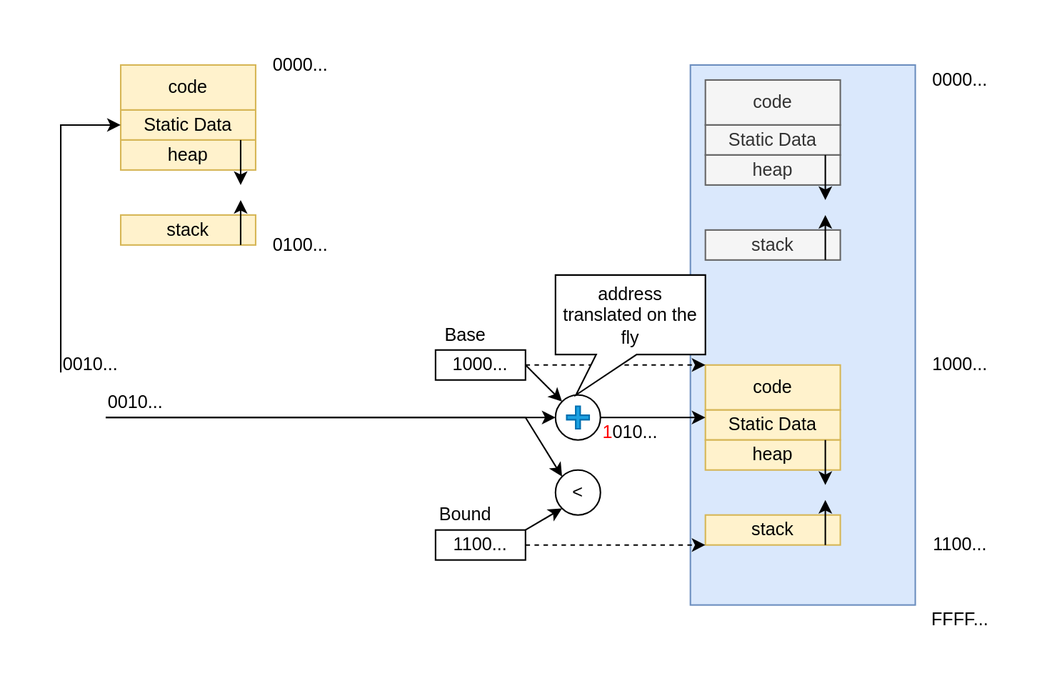
This is base_and_bound_02.svg from utsusemioxo/cs162-notes, a draw.io export, as it was before one commit. Source tidied: cells renumbered, new cells last; positions are measured from the earlier drawing's top-left corner, leaving out a move shared by most shapes. Its diagram source:
```xml
<mxGraphModel>
  <root>
    <mxCell id="0" />
    <mxCell id="1" parent="0" />
    <mxCell id="2" style="rounded=0;whiteSpace=wrap;html=1;fillColor=#dae8fc;strokeColor=#6c8ebf;" parent="1" vertex="1">
      <mxGeometry x="420" y="10" width="150" height="360" as="geometry" />
    </mxCell>
    <mxCell id="3" value="code" style="rounded=0;whiteSpace=wrap;html=1;fillColor=#f5f5f5;fontColor=#333333;strokeColor=#666666;" parent="1" vertex="1">
      <mxGeometry x="430" y="20" width="90" height="30" as="geometry" />
    </mxCell>
    <mxCell id="4" value="Static Data" style="rounded=0;whiteSpace=wrap;html=1;fillColor=#f5f5f5;fontColor=#333333;strokeColor=#666666;" parent="1" vertex="1">
      <mxGeometry x="430" y="50" width="90" height="20" as="geometry" />
    </mxCell>
    <mxCell id="5" value="heap" style="rounded=0;whiteSpace=wrap;html=1;fillColor=#f5f5f5;fontColor=#333333;strokeColor=#666666;" parent="1" vertex="1">
      <mxGeometry x="430" y="70" width="90" height="20" as="geometry" />
    </mxCell>
    <mxCell id="6" value="stack" style="rounded=0;whiteSpace=wrap;html=1;fillColor=#f5f5f5;fontColor=#333333;strokeColor=#666666;" parent="1" vertex="1">
      <mxGeometry x="430" y="120" width="90" height="20" as="geometry" />
    </mxCell>
    <mxCell id="7" style="endArrow=classic;html=1;rounded=0;" parent="1" edge="1">
      <mxGeometry relative="1" as="geometry">
        <mxPoint x="510" y="130" as="sourcePoint" />
        <mxPoint x="510" y="110" as="targetPoint" />
        <Array as="points">
          <mxPoint x="510" y="140" />
        </Array>
      </mxGeometry>
    </mxCell>
    <mxCell id="8" style="endArrow=classic;html=1;rounded=0;" parent="1" edge="1">
      <mxGeometry relative="1" as="geometry">
        <mxPoint x="510" y="70" as="sourcePoint" />
        <mxPoint x="510" y="100" as="targetPoint" />
      </mxGeometry>
    </mxCell>
    <mxCell id="9" value="code" style="rounded=0;whiteSpace=wrap;html=1;fillColor=#fff2cc;strokeColor=#d6b656;" parent="1" vertex="1">
      <mxGeometry x="430" y="210" width="90" height="30" as="geometry" />
    </mxCell>
    <mxCell id="10" value="Static Data" style="rounded=0;whiteSpace=wrap;html=1;fillColor=#fff2cc;strokeColor=#d6b656;" parent="1" vertex="1">
      <mxGeometry x="430" y="240" width="90" height="20" as="geometry" />
    </mxCell>
    <mxCell id="11" value="heap" style="rounded=0;whiteSpace=wrap;html=1;fillColor=#fff2cc;strokeColor=#d6b656;" parent="1" vertex="1">
      <mxGeometry x="430" y="260" width="90" height="20" as="geometry" />
    </mxCell>
    <mxCell id="12" value="stack" style="rounded=0;whiteSpace=wrap;html=1;fillColor=#fff2cc;strokeColor=#d6b656;" parent="1" vertex="1">
      <mxGeometry x="430" y="310" width="90" height="20" as="geometry" />
    </mxCell>
    <mxCell id="13" style="endArrow=classic;html=1;rounded=0;" parent="1" edge="1">
      <mxGeometry relative="1" as="geometry">
        <mxPoint x="510" y="320" as="sourcePoint" />
        <mxPoint x="510" y="300" as="targetPoint" />
        <Array as="points">
          <mxPoint x="510" y="330" />
        </Array>
      </mxGeometry>
    </mxCell>
    <mxCell id="14" style="endArrow=classic;html=1;rounded=0;" parent="1" edge="1">
      <mxGeometry relative="1" as="geometry">
        <mxPoint x="510" y="260" as="sourcePoint" />
        <mxPoint x="510" y="290" as="targetPoint" />
      </mxGeometry>
    </mxCell>
    <mxCell id="15" style="edgeStyle=orthogonalEdgeStyle;rounded=0;jettySize=auto;html=1;dashed=1;" parent="1" edge="1" source="16">
      <mxGeometry relative="1" as="geometry">
        <mxPoint x="430" y="210" as="targetPoint" />
      </mxGeometry>
    </mxCell>
    <mxCell id="16" value="1000..." style="rounded=0;whiteSpace=wrap;html=1;" parent="1" vertex="1">
      <mxGeometry x="250" y="200" width="60" height="20" as="geometry" />
    </mxCell>
    <mxCell id="17" value="Base" style="text;html=1;align=center;verticalAlign=middle;whiteSpace=wrap;rounded=0;" parent="1" vertex="1">
      <mxGeometry x="250" y="180" width="40" height="20" as="geometry" />
    </mxCell>
    <mxCell id="18" value="1100..." style="rounded=0;whiteSpace=wrap;html=1;" parent="1" vertex="1">
      <mxGeometry x="250" y="320" width="60" height="20" as="geometry" />
    </mxCell>
    <mxCell id="19" value="Bound" style="text;html=1;align=center;verticalAlign=middle;whiteSpace=wrap;rounded=0;" parent="1" vertex="1">
      <mxGeometry x="250" y="300" width="40" height="20" as="geometry" />
    </mxCell>
    <mxCell id="20" style="edgeStyle=orthogonalEdgeStyle;rounded=0;orthogonalLoop=1;jettySize=auto;html=1;dashed=1;" parent="1" edge="1">
      <mxGeometry relative="1" as="geometry">
        <mxPoint x="310" y="330" as="sourcePoint" />
        <mxPoint x="430" y="330" as="targetPoint" />
      </mxGeometry>
    </mxCell>
    <mxCell id="21" value="FFFF..." style="text;html=1;align=center;verticalAlign=middle;whiteSpace=wrap;rounded=0;" parent="1" vertex="1">
      <mxGeometry x="580" y="370" width="40" height="20" as="geometry" />
    </mxCell>
    <mxCell id="22" value="1100..." style="text;html=1;align=center;verticalAlign=middle;whiteSpace=wrap;rounded=0;" parent="1" vertex="1">
      <mxGeometry x="580" y="320" width="40" height="20" as="geometry" />
    </mxCell>
    <mxCell id="23" value="1000..." style="text;html=1;align=center;verticalAlign=middle;whiteSpace=wrap;rounded=0;" parent="1" vertex="1">
      <mxGeometry x="580" y="200" width="40" height="20" as="geometry" />
    </mxCell>
    <mxCell id="24" value="0000..." style="text;html=1;align=center;verticalAlign=middle;whiteSpace=wrap;rounded=0;" parent="1" vertex="1">
      <mxGeometry x="580" y="10" width="40" height="20" as="geometry" />
    </mxCell>
    <mxCell id="25" value="code" style="rounded=0;whiteSpace=wrap;html=1;fillColor=#fff2cc;strokeColor=#d6b656;" parent="1" vertex="1">
      <mxGeometry x="40" y="10" width="90" height="30" as="geometry" />
    </mxCell>
    <mxCell id="26" value="Static Data" style="rounded=0;whiteSpace=wrap;html=1;fillColor=#fff2cc;strokeColor=#d6b656;" parent="1" vertex="1">
      <mxGeometry x="40" y="40" width="90" height="20" as="geometry" />
    </mxCell>
    <mxCell id="27" value="heap" style="rounded=0;whiteSpace=wrap;html=1;fillColor=#fff2cc;strokeColor=#d6b656;" parent="1" vertex="1">
      <mxGeometry x="40" y="60" width="90" height="20" as="geometry" />
    </mxCell>
    <mxCell id="28" value="stack" style="rounded=0;whiteSpace=wrap;html=1;fillColor=#fff2cc;strokeColor=#d6b656;" parent="1" vertex="1">
      <mxGeometry x="40" y="110" width="90" height="20" as="geometry" />
    </mxCell>
    <mxCell id="29" style="endArrow=classic;html=1;rounded=0;" parent="1" edge="1">
      <mxGeometry relative="1" as="geometry">
        <mxPoint x="120" y="120" as="sourcePoint" />
        <mxPoint x="120" y="100" as="targetPoint" />
        <Array as="points">
          <mxPoint x="120" y="130" />
        </Array>
      </mxGeometry>
    </mxCell>
    <mxCell id="30" style="endArrow=classic;html=1;rounded=0;" parent="1" edge="1">
      <mxGeometry relative="1" as="geometry">
        <mxPoint x="120" y="60" as="sourcePoint" />
        <mxPoint x="120" y="90" as="targetPoint" />
      </mxGeometry>
    </mxCell>
    <mxCell id="31" value="0000..." style="text;html=1;align=center;verticalAlign=middle;whiteSpace=wrap;rounded=0;" parent="1" vertex="1">
      <mxGeometry x="140" width="40" height="20" as="geometry" />
    </mxCell>
    <mxCell id="32" value="0100..." style="text;html=1;align=center;verticalAlign=middle;whiteSpace=wrap;rounded=0;" parent="1" vertex="1">
      <mxGeometry x="140" y="120" width="40" height="20" as="geometry" />
    </mxCell>
    <mxCell id="33" style="endArrow=classic;html=1;rounded=0;exitX=0;exitY=0.75;exitDx=0;exitDy=0;entryX=0;entryY=0.5;entryDx=0;entryDy=0;" parent="1" edge="1" source="34" target="26">
      <mxGeometry relative="1" as="geometry">
        <Array as="points">
          <mxPoint y="50" />
        </Array>
      </mxGeometry>
    </mxCell>
    <mxCell id="34" value="0010..." style="text;html=1;align=center;verticalAlign=middle;whiteSpace=wrap;rounded=0;" parent="1" vertex="1">
      <mxGeometry y="200" width="40" height="20" as="geometry" />
    </mxCell>
    <mxCell id="35" value="0010..." style="text;html=1;align=center;verticalAlign=middle;whiteSpace=wrap;rounded=0;" parent="1" vertex="1">
      <mxGeometry x="30" y="225" width="40" height="20" as="geometry" />
    </mxCell>
    <mxCell id="36" style="ellipse;whiteSpace=wrap;html=1;" parent="1" vertex="1">
      <mxGeometry x="330" y="230" width="30" height="30" as="geometry" />
    </mxCell>
    <mxCell id="37" style="endArrow=classic;html=1;rounded=0;entryX=0;entryY=0;entryDx=0;entryDy=0;exitX=1;exitY=0.5;exitDx=0;exitDy=0;" parent="1" edge="1" source="16" target="36">
      <mxGeometry relative="1" as="geometry" />
    </mxCell>
    <mxCell id="38" style="endArrow=classic;html=1;rounded=0;exitX=1;exitY=0.5;exitDx=0;exitDy=0;" parent="1" edge="1" target="36">
      <mxGeometry relative="1" as="geometry">
        <mxPoint x="30" y="245" as="sourcePoint" />
        <Array as="points">
          <mxPoint x="310" y="245" />
        </Array>
      </mxGeometry>
    </mxCell>
    <mxCell id="39" value="&amp;lt;" style="ellipse;whiteSpace=wrap;html=1;" parent="1" vertex="1">
      <mxGeometry x="330" y="280" width="30" height="30" as="geometry" />
    </mxCell>
    <mxCell id="40" style="endArrow=classic;html=1;rounded=0;entryX=0;entryY=0;entryDx=0;entryDy=0;exitX=1;exitY=0.5;exitDx=0;exitDy=0;" parent="1" edge="1" target="39">
      <mxGeometry relative="1" as="geometry">
        <mxPoint x="30" y="245" as="sourcePoint" />
        <Array as="points">
          <mxPoint x="310" y="245" />
        </Array>
      </mxGeometry>
    </mxCell>
    <mxCell id="41" style="endArrow=classic;html=1;rounded=0;entryX=0;entryY=1;entryDx=0;entryDy=0;exitX=1;exitY=0;exitDx=0;exitDy=0;" parent="1" edge="1" source="18" target="39">
      <mxGeometry relative="1" as="geometry" />
    </mxCell>
    <mxCell id="42" style="shape=cross;whiteSpace=wrap;html=1;fillColor=#1ba1e2;strokeColor=#006EAF;fontColor=#ffffff;" parent="1" vertex="1">
      <mxGeometry x="337.5" y="237.5" width="15" height="15" as="geometry" />
    </mxCell>
    <mxCell id="43" style="endArrow=classic;html=1;rounded=0;exitX=1;exitY=0.5;exitDx=0;exitDy=0;entryX=0;entryY=0.25;entryDx=0;entryDy=0;" parent="1" edge="1" source="36" target="10">
      <mxGeometry relative="1" as="geometry" />
    </mxCell>
    <mxCell id="44" value="&lt;font color=&quot;#ff0000&quot;&gt;1&lt;/font&gt;010..." style="text;html=1;align=center;verticalAlign=middle;whiteSpace=wrap;rounded=0;" parent="1" vertex="1">
      <mxGeometry x="360" y="245" width="40" height="20" as="geometry" />
    </mxCell>
    <mxCell id="45" value="address translated on the fly" style="whiteSpace=wrap;html=1;shape=mxgraph.basic.rectCallout;dx=40.66;dy=27;boundedLbl=1;" parent="1" vertex="1">
      <mxGeometry x="330" y="150" width="100" height="80" as="geometry" />
    </mxCell>
  </root>
</mxGraphModel>
```
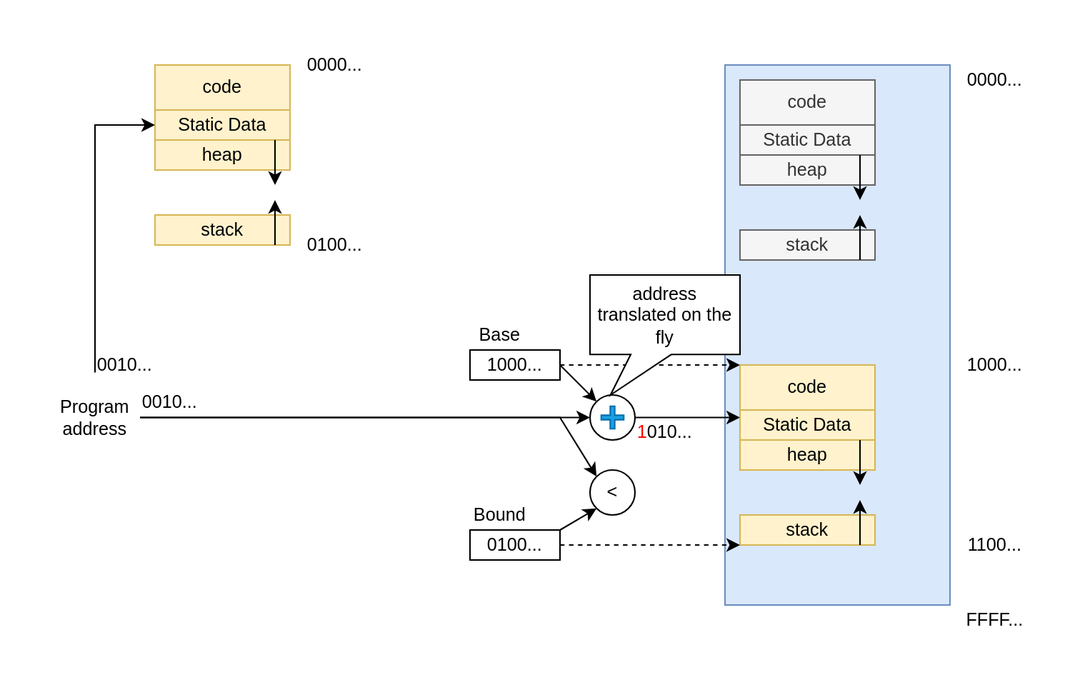
Later version of the same file.

Change to the diagram source:
```diff
@@ -70,7 +70,7 @@
     <mxCell id="17" value="Base" style="text;html=1;align=center;verticalAlign=middle;whiteSpace=wrap;rounded=0;" parent="1" vertex="1">
       <mxGeometry x="250" y="180" width="40" height="20" as="geometry" />
     </mxCell>
-    <mxCell id="18" value="1100..." style="rounded=0;whiteSpace=wrap;html=1;" parent="1" vertex="1">
+    <mxCell id="18" value="0100..." style="rounded=0;whiteSpace=wrap;html=1;" parent="1" vertex="1">
       <mxGeometry x="250" y="320" width="60" height="20" as="geometry" />
     </mxCell>
     <mxCell id="19" value="Bound" style="text;html=1;align=center;verticalAlign=middle;whiteSpace=wrap;rounded=0;" parent="1" vertex="1">
@@ -127,58 +127,60 @@
     <mxCell id="32" value="0100..." style="text;html=1;align=center;verticalAlign=middle;whiteSpace=wrap;rounded=0;" parent="1" vertex="1">
       <mxGeometry x="140" y="120" width="40" height="20" as="geometry" />
     </mxCell>
-    <mxCell id="33" style="endArrow=classic;html=1;rounded=0;exitX=0;exitY=0.75;exitDx=0;exitDy=0;entryX=0;entryY=0.5;entryDx=0;entryDy=0;" parent="1" edge="1" source="34" target="26">
-      <mxGeometry relative="1" as="geometry">
-        <Array as="points">
-          <mxPoint y="50" />
-        </Array>
-      </mxGeometry>
+    <mxCell id="33" value="Program&lt;div&gt;address&lt;/div&gt;" style="text;html=1;align=center;verticalAlign=middle;whiteSpace=wrap;rounded=0;" parent="1" vertex="1">
+      <mxGeometry x="-30" y="230" width="60" height="30" as="geometry" />
     </mxCell>
-    <mxCell id="34" value="0010..." style="text;html=1;align=center;verticalAlign=middle;whiteSpace=wrap;rounded=0;" parent="1" vertex="1">
-      <mxGeometry y="200" width="40" height="20" as="geometry" />
+    <mxCell id="34" style="endArrow=classic;html=1;rounded=0;exitX=0;exitY=0.75;exitDx=0;exitDy=0;entryX=0;entryY=0.5;entryDx=0;entryDy=0;" parent="1" edge="1" source="35" target="26">
+      <mxGeometry relative="1" as="geometry">
+        <Array as="points">
+          <mxPoint y="50" />
+        </Array>
+      </mxGeometry>
     </mxCell>
     <mxCell id="35" value="0010..." style="text;html=1;align=center;verticalAlign=middle;whiteSpace=wrap;rounded=0;" parent="1" vertex="1">
-      <mxGeometry x="30" y="225" width="40" height="20" as="geometry" />
+      <mxGeometry y="200" width="40" height="20" as="geometry" />
     </mxCell>
-    <mxCell id="36" style="ellipse;whiteSpace=wrap;html=1;" parent="1" vertex="1">
-      <mxGeometry x="330" y="230" width="30" height="30" as="geometry" />
+    <mxCell id="36" value="0010..." style="text;html=1;align=center;verticalAlign=middle;whiteSpace=wrap;rounded=0;" parent="1" vertex="1">
+      <mxGeometry x="30" y="225" width="40" height="20" as="geometry" />
     </mxCell>
-    <mxCell id="37" style="endArrow=classic;html=1;rounded=0;entryX=0;entryY=0;entryDx=0;entryDy=0;exitX=1;exitY=0.5;exitDx=0;exitDy=0;" parent="1" edge="1" source="16" target="36">
-      <mxGeometry relative="1" as="geometry" />
+    <mxCell id="37" style="ellipse;whiteSpace=wrap;html=1;" parent="1" vertex="1">
+      <mxGeometry x="330" y="230" width="30" height="30" as="geometry" />
     </mxCell>
-    <mxCell id="38" style="endArrow=classic;html=1;rounded=0;exitX=1;exitY=0.5;exitDx=0;exitDy=0;" parent="1" edge="1" target="36">
-      <mxGeometry relative="1" as="geometry">
-        <mxPoint x="30" y="245" as="sourcePoint" />
-        <Array as="points">
-          <mxPoint x="310" y="245" />
-        </Array>
-      </mxGeometry>
+    <mxCell id="38" style="endArrow=classic;html=1;rounded=0;entryX=0;entryY=0;entryDx=0;entryDy=0;exitX=1;exitY=0.5;exitDx=0;exitDy=0;" parent="1" edge="1" source="16" target="37">
+      <mxGeometry relative="1" as="geometry" />
     </mxCell>
-    <mxCell id="39" value="&amp;lt;" style="ellipse;whiteSpace=wrap;html=1;" parent="1" vertex="1">
-      <mxGeometry x="330" y="280" width="30" height="30" as="geometry" />
+    <mxCell id="39" style="endArrow=classic;html=1;rounded=0;exitX=1;exitY=0.5;exitDx=0;exitDy=0;" parent="1" edge="1" source="33" target="37">
+      <mxGeometry relative="1" as="geometry">
+        <Array as="points">
+          <mxPoint x="310" y="245" />
+        </Array>
+      </mxGeometry>
     </mxCell>
-    <mxCell id="40" style="endArrow=classic;html=1;rounded=0;entryX=0;entryY=0;entryDx=0;entryDy=0;exitX=1;exitY=0.5;exitDx=0;exitDy=0;" parent="1" edge="1" target="39">
-      <mxGeometry relative="1" as="geometry">
-        <mxPoint x="30" y="245" as="sourcePoint" />
-        <Array as="points">
-          <mxPoint x="310" y="245" />
-        </Array>
-      </mxGeometry>
+    <mxCell id="40" value="&amp;lt;" style="ellipse;whiteSpace=wrap;html=1;" parent="1" vertex="1">
+      <mxGeometry x="330" y="280" width="30" height="30" as="geometry" />
     </mxCell>
-    <mxCell id="41" style="endArrow=classic;html=1;rounded=0;entryX=0;entryY=1;entryDx=0;entryDy=0;exitX=1;exitY=0;exitDx=0;exitDy=0;" parent="1" edge="1" source="18" target="39">
-      <mxGeometry relative="1" as="geometry" />
+    <mxCell id="41" style="endArrow=classic;html=1;rounded=0;entryX=0;entryY=0;entryDx=0;entryDy=0;exitX=1;exitY=0.5;exitDx=0;exitDy=0;" parent="1" edge="1" target="40">
+      <mxGeometry relative="1" as="geometry">
+        <mxPoint x="30" y="245" as="sourcePoint" />
+        <Array as="points">
+          <mxPoint x="310" y="245" />
+        </Array>
+      </mxGeometry>
     </mxCell>
-    <mxCell id="42" style="shape=cross;whiteSpace=wrap;html=1;fillColor=#1ba1e2;strokeColor=#006EAF;fontColor=#ffffff;" parent="1" vertex="1">
-      <mxGeometry x="337.5" y="237.5" width="15" height="15" as="geometry" />
+    <mxCell id="42" style="endArrow=classic;html=1;rounded=0;entryX=0;entryY=1;entryDx=0;entryDy=0;exitX=1;exitY=0;exitDx=0;exitDy=0;" parent="1" edge="1" source="18" target="40">
+      <mxGeometry relative="1" as="geometry" />
     </mxCell>
-    <mxCell id="43" style="endArrow=classic;html=1;rounded=0;exitX=1;exitY=0.5;exitDx=0;exitDy=0;entryX=0;entryY=0.25;entryDx=0;entryDy=0;" parent="1" edge="1" source="36" target="10">
-      <mxGeometry relative="1" as="geometry" />
+    <mxCell id="43" style="shape=cross;whiteSpace=wrap;html=1;fillColor=#1ba1e2;strokeColor=#006EAF;fontColor=#ffffff;" parent="1" vertex="1">
+      <mxGeometry x="337.5" y="237.5" width="15" height="15" as="geometry" />
     </mxCell>
-    <mxCell id="44" value="&lt;font color=&quot;#ff0000&quot;&gt;1&lt;/font&gt;010..." style="text;html=1;align=center;verticalAlign=middle;whiteSpace=wrap;rounded=0;" parent="1" vertex="1">
-      <mxGeometry x="360" y="245" width="40" height="20" as="geometry" />
+    <mxCell id="44" style="endArrow=classic;html=1;rounded=0;exitX=1;exitY=0.5;exitDx=0;exitDy=0;entryX=0;entryY=0.25;entryDx=0;entryDy=0;" parent="1" edge="1" source="37" target="10">
+      <mxGeometry relative="1" as="geometry" />
     </mxCell>
-    <mxCell id="45" value="address translated on the fly" style="whiteSpace=wrap;html=1;shape=mxgraph.basic.rectCallout;dx=40.66;dy=27;boundedLbl=1;" parent="1" vertex="1">
-      <mxGeometry x="330" y="150" width="100" height="80" as="geometry" />
+    <mxCell id="45" value="&lt;font color=&quot;#ff0000&quot;&gt;1&lt;/font&gt;010..." style="text;html=1;align=center;verticalAlign=middle;whiteSpace=wrap;rounded=0;" parent="1" vertex="1">
+      <mxGeometry x="360" y="245" width="40" height="20" as="geometry" />
     </mxCell>
+    <mxCell id="46" value="address translated on the fly" style="whiteSpace=wrap;html=1;shape=mxgraph.basic.rectCallout;dx=40.66;dy=27;boundedLbl=1;" parent="1" vertex="1">
+      <mxGeometry x="330" y="150" width="100" height="80" as="geometry" />
+    </mxCell>
   </root>
 </mxGraphModel>
```
